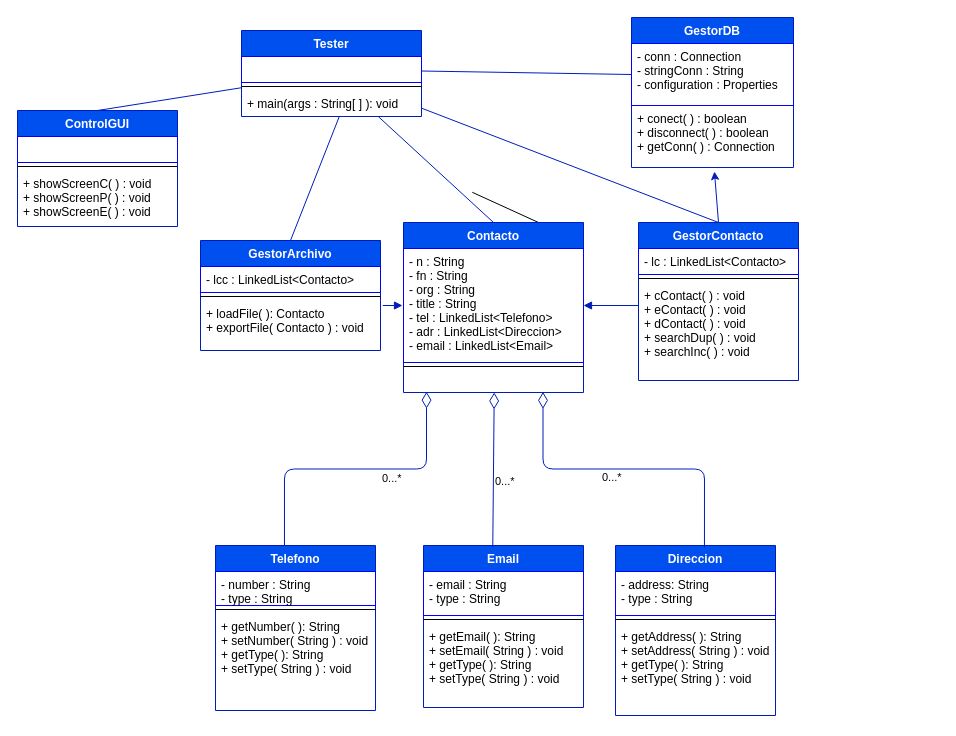
Above: diagramas/DiagramaDeClases.drawio in JuanCarlosGarciaZepeda/SmartScheduler (draw.io), before the change. Source tidied: cells renumbered, new cells numbered last; positions are measured from the earlier drawing's top-left corner, leaving out a move shared by most shapes. Both pictures are drawn from the tidied source at 100%, with x=0, y=0 at pixel (17, 17).
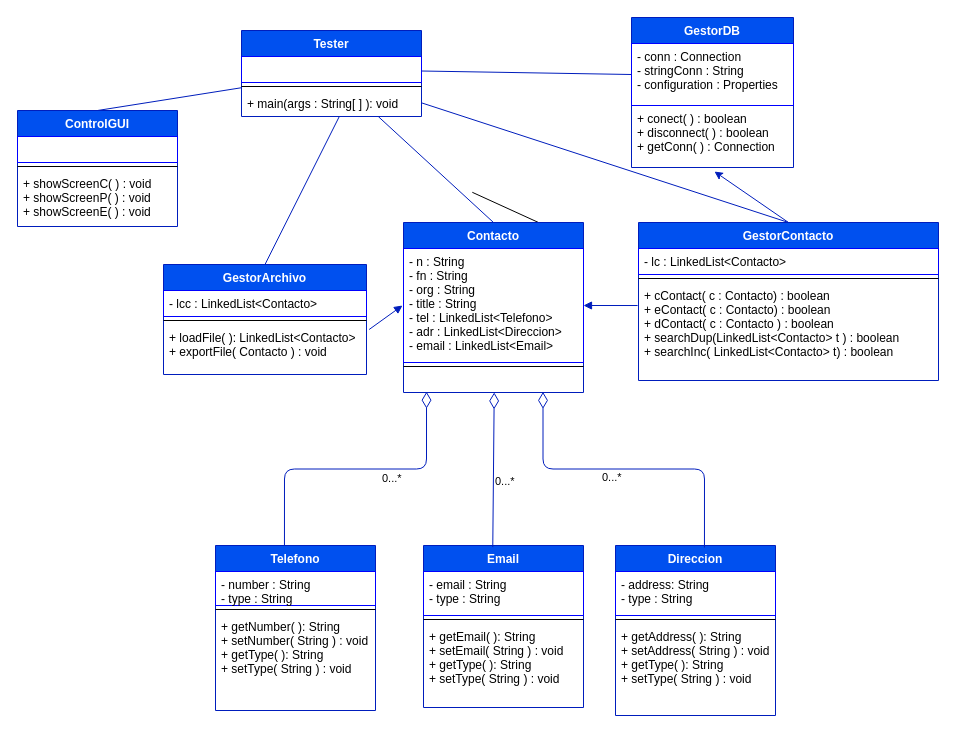
After the change.

Change to the diagram source:
```diff
@@
     <mxCell id="19" value="GestorArchivo" style="swimlane;fontStyle=1;align=center;verticalAlign=top;horizontal=1;startSize=26;fontColor=#ffffff;fillColor=#0050ef;strokeColor=#001DBC;" parent="1" vertex="1">
-      <mxGeometry x="183" y="223" width="180" height="110" as="geometry" />
+      <mxGeometry x="146" y="247" width="203" height="110" as="geometry" />
     </mxCell>
     <mxCell id="20" value="- lcc : LinkedList&lt;Contacto&gt;" style="text;fillColor=none;align=left;verticalAlign=top;spacingLeft=4;spacingRight=4;overflow=hidden;fontColor=#000000;strokeColor=#0000FF;" parent="19" vertex="1">
-      <mxGeometry y="26" width="180" height="26" as="geometry" />
+      <mxGeometry y="26" width="203" height="26" as="geometry" />
     </mxCell>
     <mxCell id="21" style="line;strokeWidth=1;fillColor=none;align=left;verticalAlign=middle;spacingTop=-1;spacingLeft=3;spacingRight=3;labelPosition=right;fontColor=#000000;" parent="19" vertex="1">
-      <mxGeometry y="52" width="180" height="8" as="geometry" />
+      <mxGeometry y="52" width="203" height="8" as="geometry" />
     </mxCell>
-    <mxCell id="22" value="+ loadFile( ): Contacto&#10;+ exportFile( Contacto ) : void" style="text;strokeColor=none;fillColor=none;align=left;verticalAlign=top;spacingLeft=4;spacingRight=4;overflow=hidden;points=[[0,0.5],[1,0.5]];portConstraint=eastwest;fontColor=#000000;" parent="19" vertex="1">
-      <mxGeometry y="60" width="180" height="50" as="geometry" />
+    <mxCell id="22" value="+ loadFile( ): LinkedList&lt;Contacto&gt;&#10;+ exportFile( Contacto ) : void" style="text;strokeColor=none;fillColor=none;align=left;verticalAlign=top;spacingLeft=4;spacingRight=4;overflow=hidden;points=[[0,0.5],[1,0.5]];portConstraint=eastwest;fontColor=#000000;" parent="19" vertex="1">
+      <mxGeometry y="60" width="203" height="50" as="geometry" />
     </mxCell>
@@
     <mxCell id="36" value="GestorContacto" style="swimlane;fontStyle=1;align=center;verticalAlign=top;horizontal=1;startSize=26;fontColor=#ffffff;fillColor=#0050ef;strokeColor=#001DBC;" parent="1" vertex="1">
-      <mxGeometry x="621" y="205" width="160" height="158" as="geometry" />
+      <mxGeometry x="621" y="205" width="300" height="158" as="geometry" />
     </mxCell>
     <mxCell id="37" value="- lc : LinkedList&lt;Contacto&gt;" style="text;align=left;verticalAlign=top;spacingLeft=4;spacingRight=4;overflow=hidden;fontColor=#000000;strokeColor=#0000FF;" parent="36" vertex="1">
-      <mxGeometry y="26" width="160" height="26" as="geometry" />
+      <mxGeometry y="26" width="300" height="26" as="geometry" />
     </mxCell>
     <mxCell id="38" style="line;strokeWidth=1;fillColor=none;align=left;verticalAlign=middle;spacingTop=-1;spacingLeft=3;spacingRight=3;labelPosition=right;fontColor=#000000;" parent="36" vertex="1">
-      <mxGeometry y="52" width="160" height="8" as="geometry" />
+      <mxGeometry y="52" width="300" height="8" as="geometry" />
     </mxCell>
-    <mxCell id="39" value="+ cContact( ) : void&#10;+ eContact( ) : void&#10;+ dContact( ) : void&#10;+ searchDup( ) : void&#10;+ searchInc( ) : void" style="text;strokeColor=none;fillColor=none;align=left;verticalAlign=top;spacingLeft=4;spacingRight=4;overflow=hidden;points=[[0,0.5],[1,0.5]];portConstraint=eastwest;fontColor=#000000;" parent="36" vertex="1">
-      <mxGeometry y="60" width="160" height="98" as="geometry" />
+    <mxCell id="39" value="+ cContact( c : Contacto) : boolean&#10;+ eContact( c : Contacto) : boolean&#10;+ dContact( c : Contacto ) : boolean&#10;+ searchDup(LinkedList&lt;Contacto&gt; t ) : boolean&#10;+ searchInc( LinkedList&lt;Contacto&gt; t) : boolean" style="text;strokeColor=none;fillColor=none;align=left;verticalAlign=top;spacingLeft=4;spacingRight=4;overflow=hidden;points=[[0,0.5],[1,0.5]];portConstraint=eastwest;fontColor=#000000;" parent="36" vertex="1">
+      <mxGeometry y="60" width="300" height="98" as="geometry" />
     </mxCell>
```
